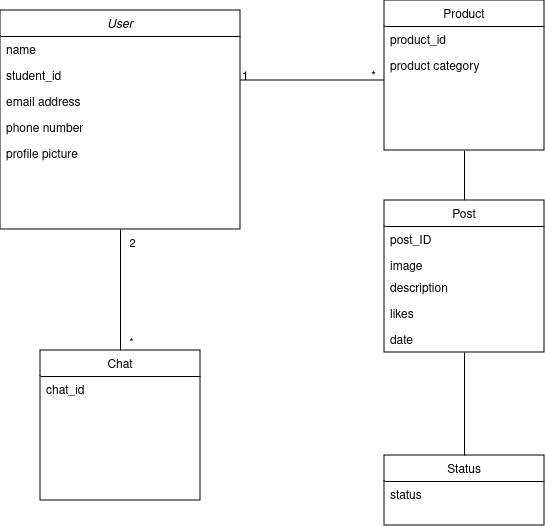
Before: images/DomainModel.png, a diagram exported from draw.io (leonardomagalhaes21/feup-ESOF). Source tidied: cells renumbered, new cells last; positions are measured from the earlier drawing's top-left corner, leaving out a move shared by most shapes.
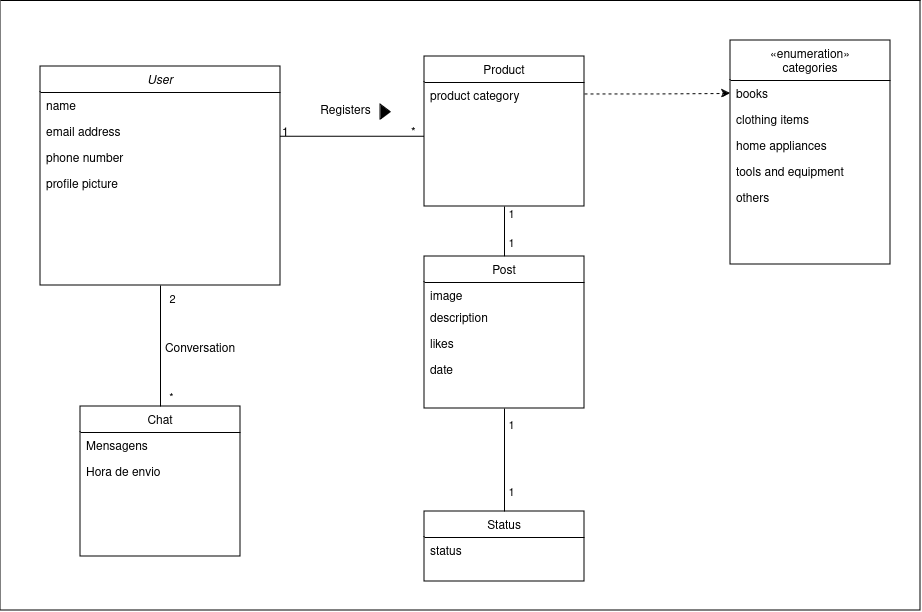
Above is the later version.

Change to the diagram source:
```diff
@@ -2,43 +2,50 @@
   <root>
     <mxCell id="0" />
     <mxCell id="1" parent="0" />
+    <mxCell id="29" style="swimlane;startSize=0;fillColor=#000000;" parent="1" vertex="1">
+      <mxGeometry x="111" y="-20" width="920" height="610" as="geometry" />
+    </mxCell>
-    <mxCell id="2" value="User" style="swimlane;fontStyle=2;align=center;verticalAlign=top;horizontal=1;startSize=26;rounded=0;shadow=0;strokeWidth=1;" parent="1" vertex="1">
-      <mxGeometry y="10" width="240" height="219" as="geometry" />
+    <mxCell id="2" value="User" style="swimlane;fontStyle=2;align=center;verticalAlign=top;horizontal=1;startSize=26;rounded=0;shadow=0;strokeWidth=1;" parent="29" vertex="1">
+      <mxGeometry x="40" y="66" width="240" height="219" as="geometry" />
     </mxCell>
     <mxCell id="3" value="name" style="text;align=left;verticalAlign=top;spacingLeft=4;spacingRight=4;overflow=hidden;" parent="2" vertex="1">
       <mxGeometry y="26" width="240" height="26" as="geometry" />
     </mxCell>
-    <mxCell id="4" value="student_id" style="text;align=left;verticalAlign=top;spacingLeft=4;spacingRight=4;overflow=hidden;rounded=0;shadow=0;html=0;" parent="2" vertex="1">
-      <mxGeometry y="52" width="240" height="26" as="geometry" />
-    </mxCell>
     <mxCell id="5" value="email address&#10;&#10;&#10;&#10;&#10;&#10;" style="text;align=left;verticalAlign=top;spacingLeft=4;spacingRight=4;overflow=hidden;rounded=0;shadow=0;html=0;" parent="2" vertex="1">
-      <mxGeometry y="78" width="240" height="26" as="geometry" />
+      <mxGeometry y="52" width="240" height="26" as="geometry" />
     </mxCell>
     <mxCell id="6" value="phone number" style="text;align=left;verticalAlign=top;spacingLeft=4;spacingRight=4;overflow=hidden;rounded=0;shadow=0;html=0;" parent="2" vertex="1">
-      <mxGeometry y="104" width="240" height="26" as="geometry" />
+      <mxGeometry y="78" width="240" height="26" as="geometry" />
     </mxCell>
     <mxCell id="7" value="profile picture&#10;" style="text;align=left;verticalAlign=top;spacingLeft=4;spacingRight=4;overflow=hidden;rounded=0;shadow=0;html=0;" parent="2" vertex="1">
-      <mxGeometry y="130" width="240" height="26" as="geometry" />
+      <mxGeometry y="104" width="240" height="26" as="geometry" />
     </mxCell>
-    <mxCell id="8" value="Status" style="swimlane;fontStyle=0;align=center;verticalAlign=top;horizontal=1;startSize=26;rounded=0;shadow=0;strokeWidth=1;" parent="1" vertex="1">
-      <mxGeometry x="384" y="455" width="160" height="70" as="geometry" />
+    <mxCell id="8" value="Status" style="swimlane;fontStyle=0;align=center;verticalAlign=top;horizontal=1;startSize=26;rounded=0;shadow=0;strokeWidth=1;" parent="29" vertex="1">
+      <mxGeometry x="424" y="511" width="160" height="70" as="geometry" />
     </mxCell>
     <mxCell id="9" value="status" style="text;align=left;verticalAlign=top;spacingLeft=4;spacingRight=4;overflow=hidden;" parent="8" vertex="1">
       <mxGeometry y="26" width="160" height="26" as="geometry" />
     </mxCell>
-    <mxCell id="10" style="edgeStyle=orthogonalEdgeStyle;rounded=0;jettySize=auto;html=1;exitX=0.5;exitY=1;exitDx=0;exitDy=0;entryX=0.5;entryY=0;entryDx=0;entryDy=0;startArrow=none;startFill=0;endArrow=none;endFill=0;" parent="1" edge="1" source="11" target="18">
+    <mxCell id="10" style="edgeStyle=orthogonalEdgeStyle;rounded=0;jettySize=auto;html=1;exitX=0.5;exitY=1;exitDx=0;exitDy=0;entryX=0.5;entryY=0;entryDx=0;entryDy=0;startArrow=none;startFill=0;endArrow=none;endFill=0;" parent="29" edge="1" source="11" target="18">
       <mxGeometry relative="1" as="geometry" />
     </mxCell>
+    <mxCell id="30" value="1" style="edgeLabel;html=1;align=center;verticalAlign=middle;" parent="10" vertex="1">
+      <mxGeometry x="-0.56" y="2" relative="1" as="geometry">
+        <mxPoint x="4" y="-3" as="offset" />
+      </mxGeometry>
+    </mxCell>
+    <mxCell id="31" value="1" style="edgeLabel;html=1;align=center;verticalAlign=middle;" parent="10" vertex="1">
+      <mxGeometry x="0.48" y="-1" relative="1" as="geometry">
+        <mxPoint x="7" as="offset" />
+      </mxGeometry>
+    </mxCell>
-    <mxCell id="11" value="Product" style="swimlane;fontStyle=0;align=center;verticalAlign=top;horizontal=1;startSize=26;rounded=0;shadow=0;strokeWidth=1;" parent="1" vertex="1">
-      <mxGeometry x="384" width="160" height="150" as="geometry" />
+    <mxCell id="11" value="Product" style="swimlane;fontStyle=0;align=center;verticalAlign=top;horizontal=1;startSize=26;rounded=0;shadow=0;strokeWidth=1;" parent="29" vertex="1">
+      <mxGeometry x="424" y="56" width="160" height="150" as="geometry" />
     </mxCell>
-    <mxCell id="12" value="product_id" style="text;align=left;verticalAlign=top;spacingLeft=4;spacingRight=4;overflow=hidden;" parent="11" vertex="1">
-      <mxGeometry y="26" width="160" height="26" as="geometry" />
-    </mxCell>
     <mxCell id="13" value="product category" style="text;align=left;verticalAlign=top;spacingLeft=4;spacingRight=4;overflow=hidden;" parent="11" vertex="1">
-      <mxGeometry y="52" width="160" height="26" as="geometry" />
+      <mxGeometry y="26" width="160" height="26" as="geometry" />
     </mxCell>
-    <mxCell id="14" style="endArrow=none;shadow=0;strokeWidth=1;rounded=0;curved=0;endFill=0;edgeStyle=elbowEdgeStyle;elbow=vertical;" parent="1" edge="1" source="2" target="11">
+    <mxCell id="14" style="endArrow=none;shadow=0;strokeWidth=1;rounded=0;curved=0;endFill=0;edgeStyle=elbowEdgeStyle;elbow=vertical;" parent="29" edge="1" source="2" target="11">
       <mxGeometry x="0.5" y="41" relative="1" as="geometry">
         <mxPoint x="-40" y="32" as="offset" />
       </mxGeometry>
@@ -53,34 +60,44 @@
         <mxPoint x="-7" y="4" as="offset" />
       </mxGeometry>
     </mxCell>
-    <mxCell id="17" style="edgeStyle=orthogonalEdgeStyle;rounded=0;jettySize=auto;html=1;exitX=0.5;exitY=1;exitDx=0;exitDy=0;entryX=0.5;entryY=0;entryDx=0;entryDy=0;endArrow=none;endFill=0;" parent="1" edge="1" source="18" target="8">
+    <mxCell id="17" style="edgeStyle=orthogonalEdgeStyle;rounded=0;jettySize=auto;html=1;exitX=0.5;exitY=1;exitDx=0;exitDy=0;entryX=0.5;entryY=0;entryDx=0;entryDy=0;endArrow=none;endFill=0;" parent="29" edge="1" source="18" target="8">
       <mxGeometry relative="1" as="geometry" />
     </mxCell>
+    <mxCell id="32" value="1" style="edgeLabel;html=1;align=center;verticalAlign=middle;" parent="17" vertex="1">
+      <mxGeometry x="-0.69" y="-3" relative="1" as="geometry">
+        <mxPoint x="9" as="offset" />
+      </mxGeometry>
+    </mxCell>
+    <mxCell id="33" value="1" style="edgeLabel;html=1;align=center;verticalAlign=middle;" parent="17" vertex="1">
+      <mxGeometry x="0.61" relative="1" as="geometry">
+        <mxPoint x="6" as="offset" />
+      </mxGeometry>
+    </mxCell>
-    <mxCell id="18" value="Post" style="swimlane;fontStyle=0;align=center;verticalAlign=top;horizontal=1;startSize=26;rounded=0;shadow=0;strokeWidth=1;" parent="1" vertex="1">
-      <mxGeometry x="384" y="200" width="160" height="152" as="geometry" />
+    <mxCell id="18" value="Post" style="swimlane;fontStyle=0;align=center;verticalAlign=top;horizontal=1;startSize=26;rounded=0;shadow=0;strokeWidth=1;" parent="29" vertex="1">
+      <mxGeometry x="424" y="256" width="160" height="152" as="geometry" />
     </mxCell>
-    <mxCell id="19" value="post_ID" style="text;align=left;verticalAlign=top;spacingLeft=4;spacingRight=4;overflow=hidden;" parent="18" vertex="1">
-      <mxGeometry y="26" width="160" height="26" as="geometry" />
-    </mxCell>
     <mxCell id="20" value="image" style="text;align=left;verticalAlign=top;spacingLeft=4;spacingRight=4;overflow=hidden;" parent="18" vertex="1">
-      <mxGeometry y="52" width="160" height="22" as="geometry" />
+      <mxGeometry y="26" width="160" height="22" as="geometry" />
     </mxCell>
     <mxCell id="21" value="description" style="text;align=left;verticalAlign=top;spacingLeft=4;spacingRight=4;overflow=hidden;" parent="18" vertex="1">
-      <mxGeometry y="74" width="160" height="26" as="geometry" />
+      <mxGeometry y="48" width="160" height="26" as="geometry" />
     </mxCell>
     <mxCell id="22" value="likes" style="text;align=left;verticalAlign=top;spacingLeft=4;spacingRight=4;overflow=hidden;" parent="18" vertex="1">
-      <mxGeometry y="100" width="160" height="26" as="geometry" />
+      <mxGeometry y="74" width="160" height="26" as="geometry" />
     </mxCell>
     <mxCell id="23" value="date" style="text;align=left;verticalAlign=top;spacingLeft=4;spacingRight=4;overflow=hidden;" parent="18" vertex="1">
-      <mxGeometry y="126" width="160" height="26" as="geometry" />
+      <mxGeometry y="100" width="160" height="26" as="geometry" />
     </mxCell>
-    <mxCell id="24" value="Chat" style="swimlane;fontStyle=0;align=center;verticalAlign=top;horizontal=1;startSize=26;rounded=0;shadow=0;strokeWidth=1;" parent="1" vertex="1">
-      <mxGeometry x="40" y="350" width="160" height="150" as="geometry" />
+    <mxCell id="24" value="Chat" style="swimlane;fontStyle=0;align=center;verticalAlign=top;horizontal=1;startSize=26;rounded=0;shadow=0;strokeWidth=1;" parent="29" vertex="1">
+      <mxGeometry x="80" y="406" width="160" height="150" as="geometry" />
     </mxCell>
-    <mxCell id="25" value="chat_id" style="text;align=left;verticalAlign=top;spacingLeft=4;spacingRight=4;overflow=hidden;" parent="24" vertex="1">
+    <mxCell id="25" value="Mensagens&#10;" style="text;align=left;verticalAlign=top;spacingLeft=4;spacingRight=4;overflow=hidden;" parent="24" vertex="1">
       <mxGeometry y="26" width="160" height="26" as="geometry" />
     </mxCell>
+    <mxCell id="34" value="Hora de envio" style="text;align=left;verticalAlign=top;spacingLeft=4;spacingRight=4;overflow=hidden;" parent="24" vertex="1">
+      <mxGeometry y="52" width="160" height="26" as="geometry" />
+    </mxCell>
-    <mxCell id="26" style="edgeStyle=orthogonalEdgeStyle;rounded=0;jettySize=auto;html=1;exitX=0.5;exitY=1;exitDx=0;exitDy=0;endArrow=none;endFill=0;entryX=0.5;entryY=0;entryDx=0;entryDy=0;" parent="1" edge="1" source="2" target="24">
+    <mxCell id="26" style="edgeStyle=orthogonalEdgeStyle;rounded=0;jettySize=auto;html=1;exitX=0.5;exitY=1;exitDx=0;exitDy=0;endArrow=none;endFill=0;entryX=0.5;entryY=0;entryDx=0;entryDy=0;" parent="29" edge="1" source="2" target="24">
       <mxGeometry relative="1" as="geometry" />
     </mxCell>
     <mxCell id="27" value="*" style="edgeLabel;html=1;align=center;verticalAlign=middle;" parent="26" vertex="1">
@@ -93,5 +110,35 @@
         <mxPoint x="7" as="offset" />
       </mxGeometry>
     </mxCell>
+    <mxCell id="35" value="«enumeration»&#10;categories&#10;&#10;" style="swimlane;fontStyle=0;align=center;verticalAlign=top;horizontal=1;startSize=40;rounded=0;shadow=0;strokeWidth=1;" parent="29" vertex="1">
+      <mxGeometry x="730" y="40" width="160" height="224" as="geometry" />
+    </mxCell>
+    <mxCell id="36" value="books" style="text;align=left;verticalAlign=top;spacingLeft=4;spacingRight=4;overflow=hidden;points=[[0,0.5],[1,0.5]];portConstraint=eastwest;" parent="35" vertex="1">
+      <mxGeometry y="40" width="160" height="26" as="geometry" />
+    </mxCell>
+    <mxCell id="37" value="clothing items" style="text;align=left;verticalAlign=top;spacingLeft=4;spacingRight=4;overflow=hidden;" parent="35" vertex="1">
+      <mxGeometry y="66" width="160" height="26" as="geometry" />
+    </mxCell>
+    <mxCell id="38" value="home appliances" style="text;align=left;verticalAlign=top;spacingLeft=4;spacingRight=4;overflow=hidden;" parent="35" vertex="1">
+      <mxGeometry y="92" width="160" height="26" as="geometry" />
+    </mxCell>
+    <mxCell id="39" value="tools and equipment" style="text;align=left;verticalAlign=top;spacingLeft=4;spacingRight=4;overflow=hidden;" parent="35" vertex="1">
+      <mxGeometry y="118" width="160" height="26" as="geometry" />
+    </mxCell>
+    <mxCell id="40" value="others" style="text;align=left;verticalAlign=top;spacingLeft=4;spacingRight=4;overflow=hidden;" parent="35" vertex="1">
+      <mxGeometry y="144" width="160" height="26" as="geometry" />
+    </mxCell>
+    <mxCell id="41" style="edgeStyle=orthogonalEdgeStyle;rounded=0;jettySize=auto;html=1;exitX=1;exitY=0.25;exitDx=0;exitDy=0;entryX=0;entryY=0.5;entryDx=0;entryDy=0;dashed=1;" parent="29" edge="1" source="11" target="36">
+      <mxGeometry relative="1" as="geometry" />
+    </mxCell>
+    <mxCell id="42" value="Registers" style="text;html=1;align=center;verticalAlign=middle;strokeColor=none;fillColor=none;" parent="29" vertex="1">
+      <mxGeometry x="310" y="96.5" width="70" height="30" as="geometry" />
+    </mxCell>
+    <mxCell id="43" style="triangle;whiteSpace=wrap;html=1;fillColor=#000000;" parent="29" vertex="1">
+      <mxGeometry x="380" y="104" width="10" height="15" as="geometry" />
+    </mxCell>
+    <mxCell id="44" value="Conversation" style="text;html=1;align=center;verticalAlign=middle;whiteSpace=wrap;rounded=0;" parent="29" vertex="1">
+      <mxGeometry x="170" y="334" width="60" height="30" as="geometry" />
+    </mxCell>
   </root>
 </mxGraphModel>
```
